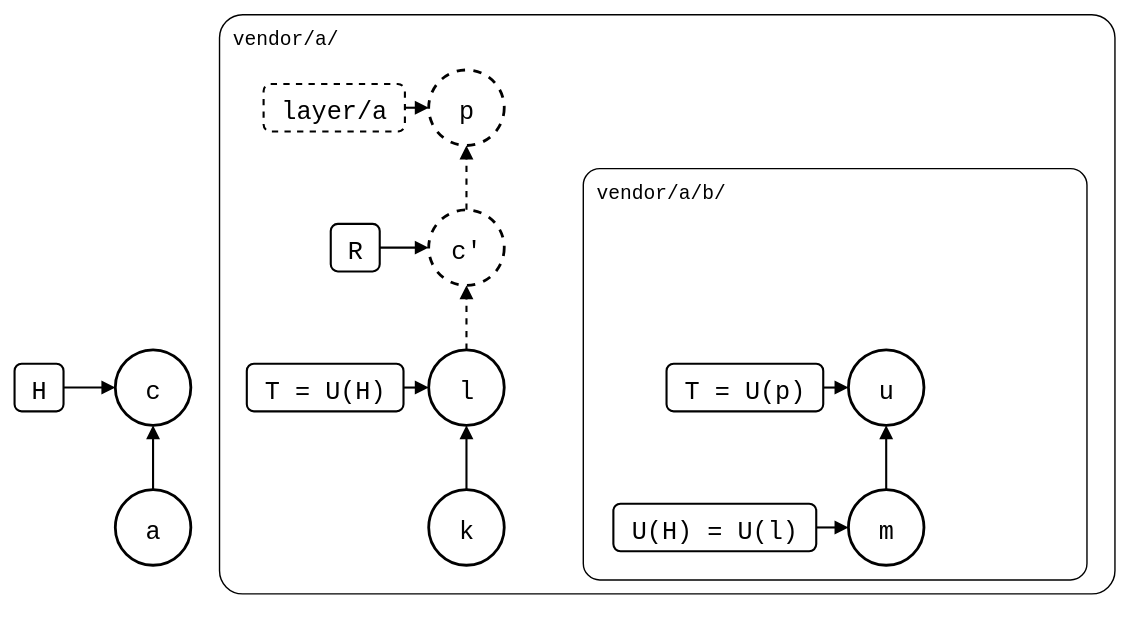
Before: docs/09-scenarios/05-nested-splices/01-nested-splices/pulled-in-the-worktree.drawio.svg, a diagram exported from draw.io (roschaefer/git-splice). Source tidied: cells renumbered, new cells last; positions are measured from the earlier drawing's top-left corner, leaving out a move shared by most shapes. The source it was exported from:
```xml
<mxGraphModel background="#ffffff">
  <root>
    <mxCell id="0" />
    <mxCell id="1" parent="0" />
    <mxCell id="2" value="vendor/a/" style="rounded=1;arcSize=4;fillColor=none;strokeWidth=1;fontSize=14;verticalAlign=top;align=left;spacingLeft=8;spacingTop=2;fontFamily=Roboto Mono,monospace;" parent="1" vertex="1">
      <mxGeometry x="146" width="640" height="414" as="geometry" />
    </mxCell>
    <mxCell id="3" value="vendor/a/b/" style="rounded=1;arcSize=4;fillColor=none;strokeWidth=1;fontSize=14;verticalAlign=top;align=left;spacingLeft=8;spacingTop=2;fontFamily=Roboto Mono,monospace;" parent="1" vertex="1">
      <mxGeometry x="406" y="110" width="360" height="294" as="geometry" />
    </mxCell>
    <mxCell id="4" value="a" style="ellipse;strokeWidth=2;fontSize=18;fontFamily=Roboto Mono,monospace;" parent="1" vertex="1">
      <mxGeometry x="72" y="340" width="54" height="54" as="geometry" />
    </mxCell>
    <mxCell id="5" value="c" style="ellipse;strokeWidth=2;fontSize=18;fontFamily=Roboto Mono,monospace;" parent="1" vertex="1">
      <mxGeometry x="72" y="240" width="54" height="54" as="geometry" />
    </mxCell>
    <mxCell id="6" value="k" style="ellipse;strokeWidth=2;fontSize=18;fontFamily=Roboto Mono,monospace;" parent="1" vertex="1">
      <mxGeometry x="296" y="340" width="54" height="54" as="geometry" />
    </mxCell>
    <mxCell id="7" value="l" style="ellipse;strokeWidth=2;fontSize=18;fontFamily=Roboto Mono,monospace;" parent="1" vertex="1">
      <mxGeometry x="296" y="240" width="54" height="54" as="geometry" />
    </mxCell>
    <mxCell id="8" value="c'" style="ellipse;strokeWidth=2;fontSize=18;fontFamily=Roboto Mono,monospace;dashed=1;" parent="1" vertex="1">
      <mxGeometry x="296" y="140" width="54" height="54" as="geometry" />
    </mxCell>
    <mxCell id="9" value="p" style="ellipse;strokeWidth=2;fontSize=18;fontFamily=Roboto Mono,monospace;dashed=1;" parent="1" vertex="1">
      <mxGeometry x="296" y="40" width="54" height="54" as="geometry" />
    </mxCell>
    <mxCell id="10" value="m" style="ellipse;strokeWidth=2;fontSize=18;fontFamily=Roboto Mono,monospace;" parent="1" vertex="1">
      <mxGeometry x="596" y="340" width="54" height="54" as="geometry" />
    </mxCell>
    <mxCell id="11" value="u" style="ellipse;strokeWidth=2;fontSize=18;fontFamily=Roboto Mono,monospace;" parent="1" vertex="1">
      <mxGeometry x="596" y="240" width="54" height="54" as="geometry" />
    </mxCell>
    <mxCell id="12" value="H" style="rounded=1;strokeWidth=1.5;fontSize=18;fontFamily=Roboto Mono,monospace;" parent="1" vertex="1">
      <mxGeometry y="250" width="35" height="34" as="geometry" />
    </mxCell>
    <mxCell id="13" value="T = U(H)" style="rounded=1;strokeWidth=1.5;fontSize=18;fontFamily=Roboto Mono,monospace;" parent="1" vertex="1">
      <mxGeometry x="166" y="250" width="112" height="34" as="geometry" />
    </mxCell>
    <mxCell id="14" value="R" style="rounded=1;strokeWidth=1.5;fontSize=18;fontFamily=Roboto Mono,monospace;" parent="1" vertex="1">
      <mxGeometry x="226" y="150" width="35" height="34" as="geometry" />
    </mxCell>
    <mxCell id="15" value="layer/a" style="rounded=1;strokeWidth=1.5;fontSize=18;dashed=1;fontFamily=Roboto Mono,monospace;" parent="1" vertex="1">
      <mxGeometry x="178" y="50" width="101" height="34" as="geometry" />
    </mxCell>
    <mxCell id="16" value="U(H) = U(l)" style="rounded=1;strokeWidth=1.5;fontSize=18;fontFamily=Roboto Mono,monospace;" parent="1" vertex="1">
      <mxGeometry x="428" y="350" width="145" height="34" as="geometry" />
    </mxCell>
    <mxCell id="17" value="T = U(p)" style="rounded=1;strokeWidth=1.5;fontSize=18;fontFamily=Roboto Mono,monospace;" parent="1" vertex="1">
      <mxGeometry x="466" y="250" width="112" height="34" as="geometry" />
    </mxCell>
    <mxCell id="18" style="endArrow=block;endFill=1;strokeWidth=1.5;rounded=0;" parent="1" edge="1" source="4" target="5">
      <mxGeometry relative="1" as="geometry" />
    </mxCell>
    <mxCell id="19" style="endArrow=block;endFill=1;strokeWidth=1.5;rounded=0;" parent="1" edge="1" source="6" target="7">
      <mxGeometry relative="1" as="geometry" />
    </mxCell>
    <mxCell id="20" style="endArrow=block;endFill=1;strokeWidth=1.5;rounded=0;dashed=1;" parent="1" edge="1" source="7" target="8">
      <mxGeometry relative="1" as="geometry" />
    </mxCell>
    <mxCell id="21" style="endArrow=block;endFill=1;strokeWidth=1.5;rounded=0;dashed=1;" parent="1" edge="1" source="8" target="9">
      <mxGeometry relative="1" as="geometry" />
    </mxCell>
    <mxCell id="22" style="endArrow=block;endFill=1;strokeWidth=1.5;rounded=0;" parent="1" edge="1" source="10" target="11">
      <mxGeometry relative="1" as="geometry" />
    </mxCell>
    <mxCell id="23" style="endArrow=block;endFill=1;strokeWidth=1.5;rounded=0;" parent="1" edge="1" source="12" target="5">
      <mxGeometry relative="1" as="geometry" />
    </mxCell>
    <mxCell id="24" style="endArrow=block;endFill=1;strokeWidth=1.5;rounded=0;" parent="1" edge="1" source="13" target="7">
      <mxGeometry relative="1" as="geometry" />
    </mxCell>
    <mxCell id="25" style="endArrow=block;endFill=1;strokeWidth=1.5;rounded=0;" parent="1" edge="1" source="14" target="8">
      <mxGeometry relative="1" as="geometry" />
    </mxCell>
    <mxCell id="26" style="endArrow=block;endFill=1;strokeWidth=1.5;rounded=0;" parent="1" edge="1" source="15" target="9">
      <mxGeometry relative="1" as="geometry" />
    </mxCell>
    <mxCell id="27" style="endArrow=block;endFill=1;strokeWidth=1.5;rounded=0;" parent="1" edge="1" source="16" target="10">
      <mxGeometry relative="1" as="geometry" />
    </mxCell>
    <mxCell id="28" style="endArrow=block;endFill=1;strokeWidth=1.5;rounded=0;" parent="1" edge="1" source="17" target="11">
      <mxGeometry relative="1" as="geometry" />
    </mxCell>
  </root>
</mxGraphModel>
```
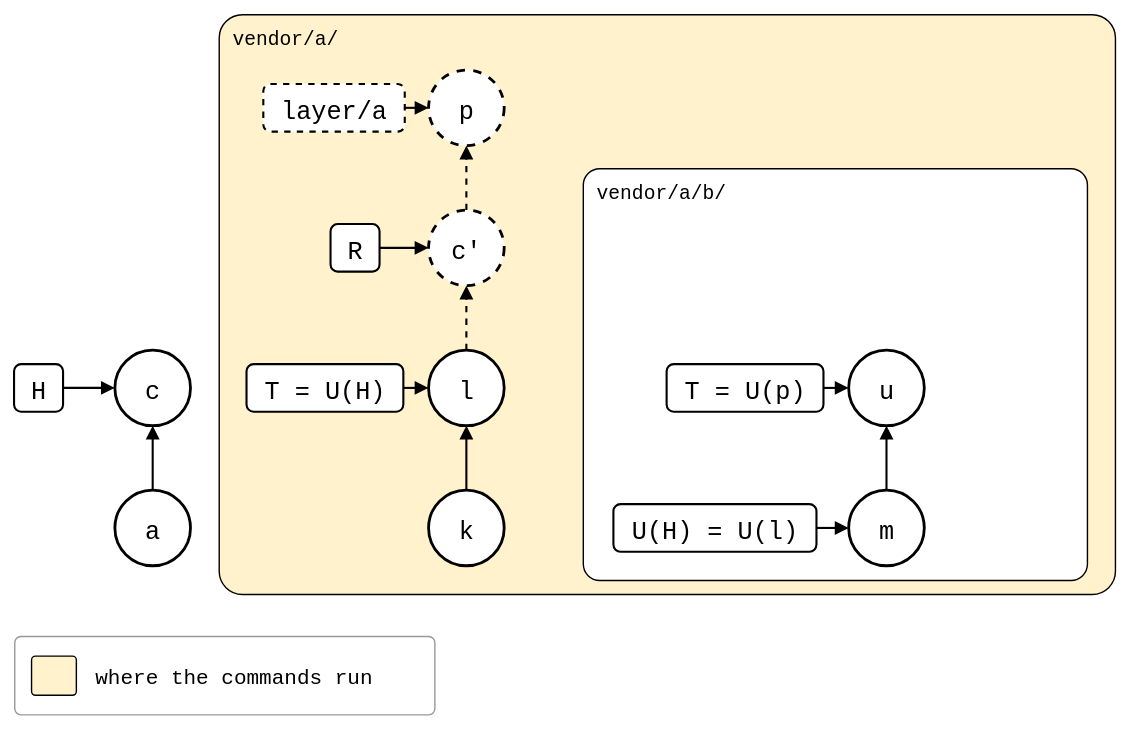
The same file after the commit.

Commit message:
docs(scenarios): shade the lane whose repository the commands run in (#403)

Diff of the diagram source:
```diff
@@ -2,10 +2,10 @@
   <root>
     <mxCell id="0" />
     <mxCell id="1" parent="0" />
-    <mxCell id="2" value="vendor/a/" style="rounded=1;arcSize=4;fillColor=none;strokeWidth=1;fontSize=14;verticalAlign=top;align=left;spacingLeft=8;spacingTop=2;fontFamily=Roboto Mono,monospace;" parent="1" vertex="1">
+    <mxCell id="2" value="vendor/a/" style="rounded=1;arcSize=4;fillColor=#FFF2CC;strokeWidth=1;fontSize=14;verticalAlign=top;align=left;spacingLeft=8;spacingTop=2;fontFamily=Roboto Mono,monospace;" parent="1" vertex="1">
       <mxGeometry x="146" width="640" height="414" as="geometry" />
     </mxCell>
-    <mxCell id="3" value="vendor/a/b/" style="rounded=1;arcSize=4;fillColor=none;strokeWidth=1;fontSize=14;verticalAlign=top;align=left;spacingLeft=8;spacingTop=2;fontFamily=Roboto Mono,monospace;" parent="1" vertex="1">
+    <mxCell id="3" value="vendor/a/b/" style="rounded=1;arcSize=4;fillColor=#ffffff;strokeWidth=1;fontSize=14;verticalAlign=top;align=left;spacingLeft=8;spacingTop=2;fontFamily=Roboto Mono,monospace;" parent="1" vertex="1">
       <mxGeometry x="406" y="110" width="360" height="294" as="geometry" />
     </mxCell>
     <mxCell id="4" value="a" style="ellipse;strokeWidth=2;fontSize=18;fontFamily=Roboto Mono,monospace;" parent="1" vertex="1">
@@ -83,5 +83,14 @@
     <mxCell id="28" style="endArrow=block;endFill=1;strokeWidth=1.5;rounded=0;" parent="1" edge="1" source="17" target="11">
       <mxGeometry relative="1" as="geometry" />
     </mxCell>
+    <mxCell id="29" style="rounded=1;arcSize=8;fillColor=none;strokeColor=#999999;strokeWidth=1;legend=1;" parent="1" vertex="1">
+      <mxGeometry y="444" width="300" height="56" as="geometry" />
+    </mxCell>
+    <mxCell id="30" style="rounded=1;arcSize=10;strokeWidth=1;fillColor=#FFF2CC;" parent="29" vertex="1">
+      <mxGeometry x="12" y="14" width="32" height="28" as="geometry" />
+    </mxCell>
+    <mxCell id="31" value="where the commands run" style="text;align=left;verticalAlign=middle;fontSize=15;fontFamily=Roboto Mono,monospace;" parent="29" vertex="1">
+      <mxGeometry x="56" y="12" width="230" height="32" as="geometry" />
+    </mxCell>
   </root>
 </mxGraphModel>
```
